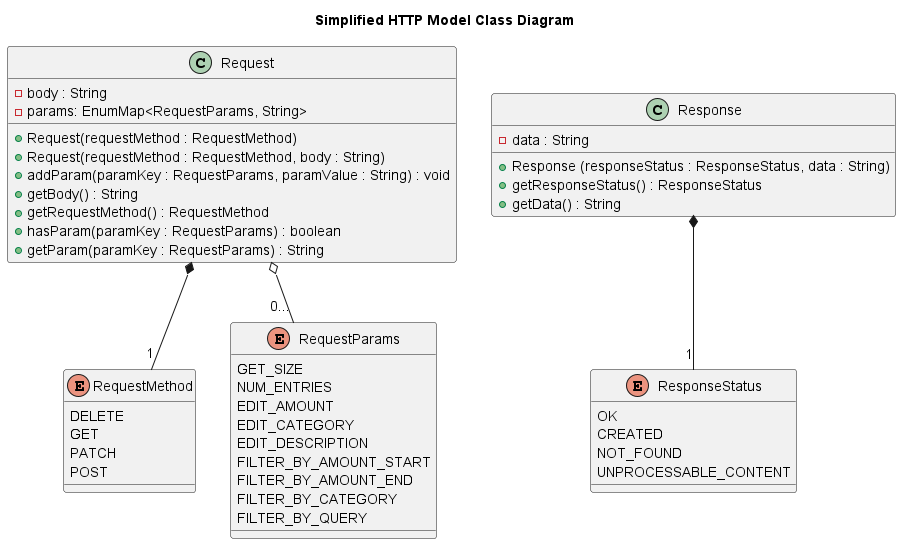
The PlantUML diagram docs/static/communication/SimplifiedHTTPClassDiagram.png in nus-cs2113-AY2223S2/tp, before a commit. Its diagram source:
```plantuml
@startuml
title Simplified HTTP Model Class Diagram

class Request
enum RequestMethod
enum RequestParams
class Response
enum ResponseStatus

Request *-- "1" RequestMethod
Request o-- "0..." RequestParams
Response *-- "1" ResponseStatus

class Request {
- body : String
- params: EnumMap<RequestParams, String>

+ Request(requestMethod : RequestMethod)
+ Request(requestMethod : RequestMethod, body : String)
+ addParam(paramKey : RequestParams, paramValue : String) : void
+ getBody() : String
+ getRequestMethod() : RequestMethod
+ hasParam(paramKey : RequestParams) : boolean
+ getParam(paramKey : RequestParams) : String
}

enum RequestMethod {
DELETE
GET
PATCH
POST
}

enum RequestParams {
GET_SIZE
NUM_ENTRIES
EDIT_AMOUNT
EDIT_CATEGORY
EDIT_DESCRIPTION
FILTER_BY_AMOUNT_START
FILTER_BY_AMOUNT_END
FILTER_BY_CATEGORY
FILTER_BY_QUERY
}

class Response {
- data : String

+ Response (responseStatus : ResponseStatus, data : String)
+ getResponseStatus() : ResponseStatus
+ getData() : String
}

enum ResponseStatus {
OK
CREATED
NOT_FOUND
UNPROCESSABLE_CONTENT
}
@enduml
```
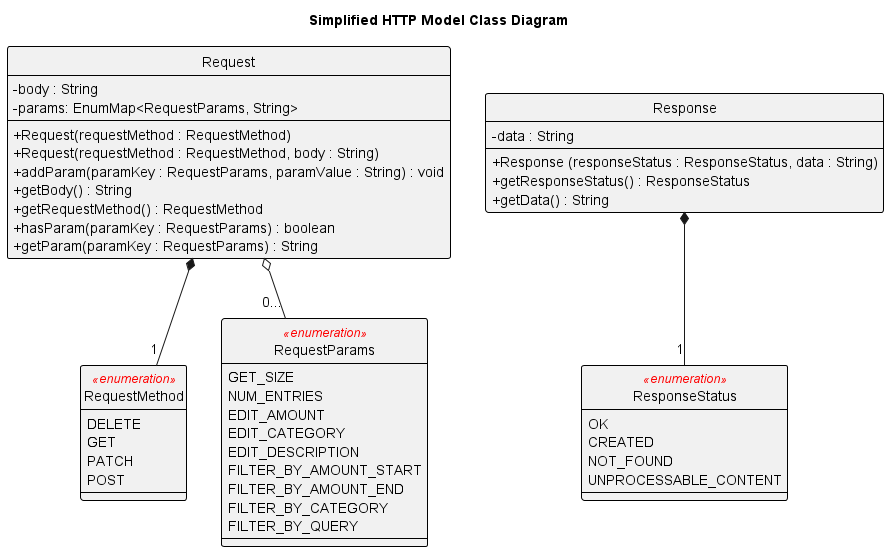
After the commit.

Diff of the diagram source:
```diff
@@ -1,11 +1,13 @@
 @startuml
+!include ../Style.puml
+
 title Simplified HTTP Model Class Diagram
 
 class Request
-enum RequestMethod
-enum RequestParams
+enum RequestMethod <<enumeration>>
+enum RequestParams <<enumeration>>
 class Response
-enum ResponseStatus
+enum ResponseStatus <<enumeration>>
 
 Request *-- "1" RequestMethod
 Request o-- "0..." RequestParams
```
